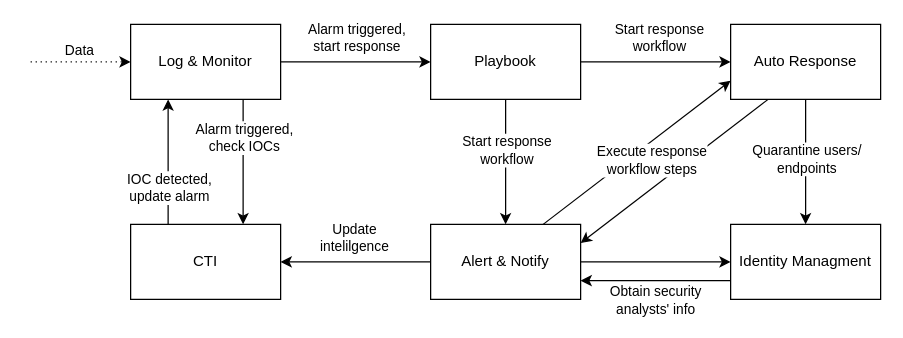
Earlier version of the draw.io diagram soa-diagram.drawio (PascalNB/sosoc). Source tidied: cells renumbered, new cells numbered last; positions are measured from the earlier drawing's top-left corner, leaving out a move shared by most shapes. Both pictures are drawn from the tidied source at 125%, with x=0, y=0 at pixel (30, 24).
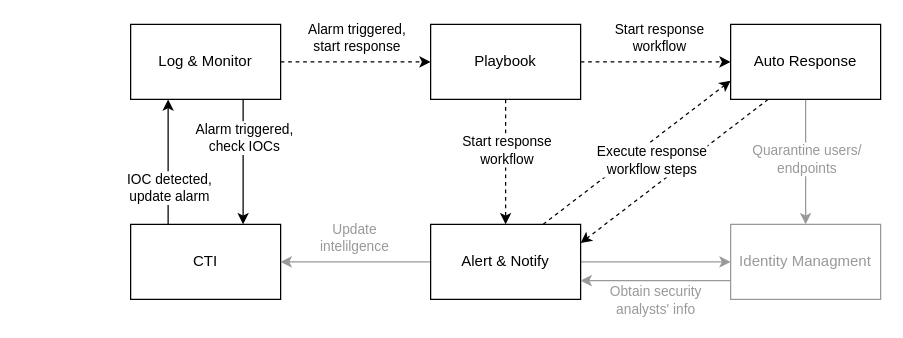
The same page after the edit.

The change refers to these unchanged cells:
```xml
<mxCell id="6" value="&lt;div&gt;Log &amp;amp; Monitor&lt;/div&gt;" style="rounded=0;whiteSpace=wrap;html=1;labelBackgroundColor=none;" parent="1" vertex="1">
  <mxGeometry x="80" width="120" height="60" as="geometry" />
</mxCell>
<mxCell id="9" value="CTI" style="rounded=0;whiteSpace=wrap;html=1;labelBackgroundColor=none;" parent="1" vertex="1">
  <mxGeometry x="80" y="160" width="120" height="60" as="geometry" />
</mxCell>
<mxCell id="14" value="&lt;div&gt;Playbook&lt;/div&gt;" style="rounded=0;whiteSpace=wrap;html=1;labelBackgroundColor=none;" parent="1" vertex="1">
  <mxGeometry x="320" width="120" height="60" as="geometry" />
</mxCell>
<mxCell id="20" value="&lt;div&gt;Alert &amp;amp; Notify&lt;/div&gt;" style="whiteSpace=wrap;html=1;rounded=0;labelBackgroundColor=none;" parent="1" vertex="1">
  <mxGeometry x="320" y="160" width="120" height="60" as="geometry" />
</mxCell>
<mxCell id="27" value="Auto Response" style="rounded=0;whiteSpace=wrap;html=1;labelBackgroundColor=none;" parent="1" vertex="1">
  <mxGeometry x="560" width="120" height="60" as="geometry" />
</mxCell>
```

The edit, as a diff of the source:
```diff
@@
-    <mxCell id="4" style="edgeStyle=orthogonalEdgeStyle;rounded=0;jettySize=auto;html=1;exitX=1;exitY=0.5;exitDx=0;exitDy=0;entryX=0;entryY=0.5;entryDx=0;entryDy=0;labelBackgroundColor=none;fontColor=default;" parent="1" edge="1" source="6" target="14">
+    <mxCell id="4" style="edgeStyle=orthogonalEdgeStyle;rounded=0;jettySize=auto;html=1;exitX=1;exitY=0.5;exitDx=0;exitDy=0;entryX=0;entryY=0.5;entryDx=0;entryDy=0;labelBackgroundColor=none;fontColor=default;dashed=1;" parent="1" edge="1" source="6" target="14">
       <mxGeometry relative="1" as="geometry" />
     </mxCell>
@@
-    <mxCell id="10" style="edgeStyle=orthogonalEdgeStyle;rounded=0;jettySize=auto;html=1;labelBackgroundColor=none;fontColor=default;" parent="1" edge="1" source="14" target="20">
+    <mxCell id="10" style="edgeStyle=orthogonalEdgeStyle;rounded=0;jettySize=auto;html=1;labelBackgroundColor=none;fontColor=default;dashed=1;" parent="1" edge="1" source="14" target="20">
       <mxGeometry relative="1" as="geometry" />
     </mxCell>
@@
-    <mxCell id="12" style="edgeStyle=orthogonalEdgeStyle;rounded=0;jettySize=auto;html=1;exitX=1;exitY=0.5;exitDx=0;exitDy=0;entryX=0;entryY=0.5;entryDx=0;entryDy=0;labelBackgroundColor=none;fontColor=default;" parent="1" edge="1" source="14" target="27">
+    <mxCell id="12" style="edgeStyle=orthogonalEdgeStyle;rounded=0;jettySize=auto;html=1;exitX=1;exitY=0.5;exitDx=0;exitDy=0;entryX=0;entryY=0.5;entryDx=0;entryDy=0;labelBackgroundColor=none;fontColor=default;dashed=1;" parent="1" edge="1" source="14" target="27">
       <mxGeometry relative="1" as="geometry" />
     </mxCell>
@@
-    <mxCell id="15" style="rounded=0;jettySize=auto;html=1;exitX=0.25;exitY=1;exitDx=0;exitDy=0;entryX=1;entryY=0.25;entryDx=0;entryDy=0;labelBackgroundColor=none;fontColor=default;" parent="1" edge="1" source="27" target="20">
+    <mxCell id="15" style="rounded=0;jettySize=auto;html=1;exitX=0.25;exitY=1;exitDx=0;exitDy=0;entryX=1;entryY=0.25;entryDx=0;entryDy=0;labelBackgroundColor=none;fontColor=default;dashed=1;" parent="1" edge="1" source="27" target="20">
       <mxGeometry relative="1" as="geometry" />
     </mxCell>
-    <mxCell id="16" style="edgeStyle=orthogonalEdgeStyle;rounded=0;jettySize=auto;html=1;exitX=1;exitY=0.5;exitDx=0;exitDy=0;labelBackgroundColor=none;fontColor=default;" parent="1" edge="1" source="20" target="29">
+    <mxCell id="16" style="edgeStyle=orthogonalEdgeStyle;rounded=0;jettySize=auto;html=1;exitX=1;exitY=0.5;exitDx=0;exitDy=0;labelBackgroundColor=none;fontColor=#999999;strokeColor=#999999;" parent="1" edge="1" source="20" target="29">
       <mxGeometry relative="1" as="geometry" />
     </mxCell>
-    <mxCell id="17" value="&lt;div&gt;Obtain security&lt;/div&gt;&lt;div&gt;analysts' info&lt;/div&gt;" style="edgeLabel;html=1;align=center;verticalAlign=middle;labelBackgroundColor=none;" parent="16" vertex="1">
+    <mxCell id="17" value="&lt;div&gt;Obtain security&lt;/div&gt;&lt;div&gt;analysts' info&lt;/div&gt;" style="edgeLabel;html=1;align=center;verticalAlign=middle;labelBackgroundColor=none;fontColor=#999999;" parent="16" vertex="1">
       <mxGeometry x="-0.02" relative="1" as="geometry">
         <mxPoint y="30" as="offset" />
       </mxGeometry>
     </mxCell>
-    <mxCell id="18" style="edgeStyle=orthogonalEdgeStyle;rounded=0;jettySize=auto;html=1;exitX=0;exitY=0.5;exitDx=0;exitDy=0;entryX=1;entryY=0.5;entryDx=0;entryDy=0;labelBackgroundColor=none;fontColor=default;" parent="1" edge="1" source="20" target="9">
+    <mxCell id="18" style="edgeStyle=orthogonalEdgeStyle;rounded=0;jettySize=auto;html=1;exitX=0;exitY=0.5;exitDx=0;exitDy=0;entryX=1;entryY=0.5;entryDx=0;entryDy=0;labelBackgroundColor=none;fontColor=default;strokeColor=#999999;" parent="1" edge="1" source="20" target="9">
       <mxGeometry relative="1" as="geometry" />
     </mxCell>
-    <mxCell id="19" value="&lt;div&gt;Update&lt;/div&gt;&lt;div&gt;intelilgence&lt;/div&gt;" style="edgeLabel;html=1;align=center;verticalAlign=middle;labelBackgroundColor=none;" parent="18" vertex="1">
+    <mxCell id="19" value="&lt;div&gt;Update&lt;/div&gt;&lt;div&gt;intelilgence&lt;/div&gt;" style="edgeLabel;html=1;align=center;verticalAlign=middle;labelBackgroundColor=none;fontColor=#999999;" parent="18" vertex="1">
       <mxGeometry x="0.03" y="-1" relative="1" as="geometry">
         <mxPoint y="-19" as="offset" />
       </mxGeometry>
     </mxCell>
@@
-    <mxCell id="21" style="endArrow=classic;dashed=1;html=1;dashPattern=1 3;strokeWidth=1;rounded=0;entryX=0;entryY=0.5;entryDx=0;entryDy=0;endFill=1;labelBackgroundColor=none;fontColor=default;" parent="1" edge="1" target="6">
-      <mxGeometry relative="1" as="geometry">
-        <mxPoint y="30" as="sourcePoint" />
-      </mxGeometry>
-    </mxCell>
-    <mxCell id="22" value="&lt;div&gt;Data&lt;/div&gt;" style="edgeLabel;html=1;align=center;verticalAlign=middle;labelBackgroundColor=none;" parent="21" vertex="1">
-      <mxGeometry x="-0.05" relative="1" as="geometry">
-        <mxPoint y="-10" as="offset" />
-      </mxGeometry>
-    </mxCell>
-    <mxCell id="23" style="rounded=0;jettySize=auto;html=1;exitX=0.75;exitY=0;exitDx=0;exitDy=0;entryX=0;entryY=0.75;entryDx=0;entryDy=0;labelBackgroundColor=none;fontColor=default;" parent="1" edge="1" source="20" target="27">
+    <mxCell id="23" style="rounded=0;jettySize=auto;html=1;exitX=0.75;exitY=0;exitDx=0;exitDy=0;entryX=0;entryY=0.75;entryDx=0;entryDy=0;labelBackgroundColor=none;fontColor=default;dashed=1;" parent="1" edge="1" source="20" target="27">
       <mxGeometry relative="1" as="geometry" />
     </mxCell>
@@
-    <mxCell id="25" style="edgeStyle=orthogonalEdgeStyle;rounded=0;jettySize=auto;html=1;exitX=0.5;exitY=1;exitDx=0;exitDy=0;entryX=0.5;entryY=0;entryDx=0;entryDy=0;labelBackgroundColor=none;fontColor=default;" parent="1" edge="1" source="27" target="29">
+    <mxCell id="25" style="edgeStyle=orthogonalEdgeStyle;rounded=0;jettySize=auto;html=1;exitX=0.5;exitY=1;exitDx=0;exitDy=0;entryX=0.5;entryY=0;entryDx=0;entryDy=0;labelBackgroundColor=none;fontColor=default;strokeColor=#999999;" parent="1" edge="1" source="27" target="29">
       <mxGeometry relative="1" as="geometry" />
     </mxCell>
-    <mxCell id="26" value="&lt;div&gt;Quarantine users/&lt;/div&gt;&lt;div&gt;endpoints&lt;/div&gt;" style="edgeLabel;html=1;align=center;verticalAlign=middle;labelBackgroundColor=default;" parent="25" vertex="1">
+    <mxCell id="26" value="&lt;div&gt;Quarantine users/&lt;/div&gt;&lt;div&gt;endpoints&lt;/div&gt;" style="edgeLabel;html=1;align=center;verticalAlign=middle;labelBackgroundColor=default;fontColor=#999999;" parent="25" vertex="1">
       <mxGeometry x="-0.06" y="1" relative="1" as="geometry">
         <mxPoint x="-1" as="offset" />
       </mxGeometry>
     </mxCell>
@@
-    <mxCell id="28" style="edgeStyle=orthogonalEdgeStyle;rounded=0;jettySize=auto;html=1;exitX=0;exitY=0.75;exitDx=0;exitDy=0;entryX=1;entryY=0.75;entryDx=0;entryDy=0;labelBackgroundColor=none;fontColor=default;" parent="1" edge="1" source="29" target="20">
+    <mxCell id="28" style="edgeStyle=orthogonalEdgeStyle;rounded=0;jettySize=auto;html=1;exitX=0;exitY=0.75;exitDx=0;exitDy=0;entryX=1;entryY=0.75;entryDx=0;entryDy=0;labelBackgroundColor=none;fontColor=#999999;strokeColor=#999999;" parent="1" edge="1" source="29" target="20">
       <mxGeometry relative="1" as="geometry" />
     </mxCell>
-    <mxCell id="29" value="Identity Managment" style="rounded=0;whiteSpace=wrap;html=1;labelBackgroundColor=none;" parent="1" vertex="1">
+    <mxCell id="29" value="Identity Managment" style="rounded=0;whiteSpace=wrap;html=1;labelBackgroundColor=none;strokeColor=#999999;fontColor=#999999;" parent="1" vertex="1">
       <mxGeometry x="560" y="160" width="120" height="60" as="geometry" />
     </mxCell>
```
